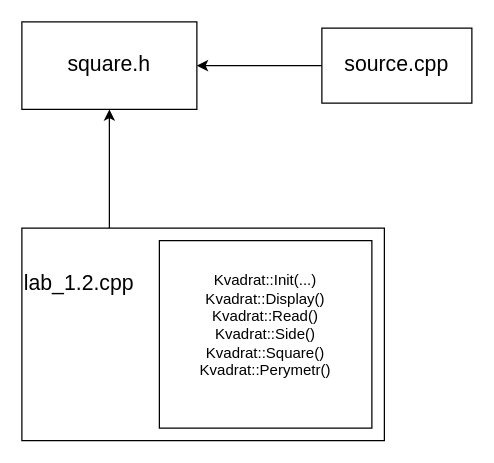
Slava-v-Ukraini/oop_lab1.2 keeps this draw.io diagram as lab1.2.drawio. Above is the earlier version. Source tidied: cells renumbered, new cells numbered last; positions are measured from the earlier drawing's top-left corner, leaving out a move shared by most shapes. Both pictures are drawn from the tidied source at 125%, with x=0, y=0 at pixel (21, 21).
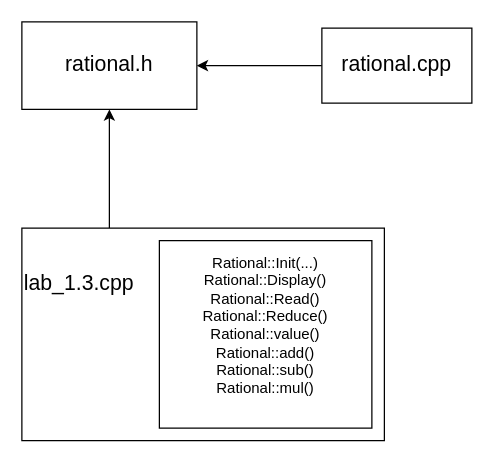
The same page after the edit.

Change to the diagram source:
```diff
@@
 <mxGraphModel>
   <root>
     <mxCell id="0" />
     <mxCell id="1" parent="0" />
-    <mxCell id="2" value="&lt;font style=&quot;font-size: 17px;&quot;&gt;square.h&lt;/font&gt;" style="rounded=0;whiteSpace=wrap;html=1;" parent="1" vertex="1">
+    <mxCell id="2" value="&lt;font style=&quot;font-size: 17px;&quot;&gt;rational.h&lt;/font&gt;" style="rounded=0;whiteSpace=wrap;html=1;" parent="1" vertex="1">
       <mxGeometry width="140" height="70" as="geometry" />
     </mxCell>
     <mxCell id="3" style="edgeStyle=orthogonalEdgeStyle;rounded=0;jettySize=auto;html=1;entryX=1;entryY=0.5;entryDx=0;entryDy=0;" parent="1" edge="1" source="4" target="2">
       <mxGeometry relative="1" as="geometry" />
     </mxCell>
-    <mxCell id="4" value="&lt;font style=&quot;font-size: 17px;&quot;&gt;source.cpp&lt;/font&gt;" style="rounded=0;whiteSpace=wrap;html=1;" parent="1" vertex="1">
+    <mxCell id="4" value="&lt;font style=&quot;font-size: 17px;&quot;&gt;rational.cpp&lt;/font&gt;" style="rounded=0;whiteSpace=wrap;html=1;" parent="1" vertex="1">
       <mxGeometry x="240" y="5" width="120" height="60" as="geometry" />
     </mxCell>
     <mxCell id="5" style="edgeStyle=orthogonalEdgeStyle;rounded=0;jettySize=auto;html=1;" parent="1" edge="1" source="6" target="2">
       <mxGeometry relative="1" as="geometry">
         <Array as="points">
           <mxPoint x="70" y="145" />
           <mxPoint x="70" y="145" />
         </Array>
       </mxGeometry>
     </mxCell>
-    <mxCell id="6" value="&lt;div style=&quot;padding-top: 0px; padding-bottom: 80px;&quot;&gt;&lt;span style=&quot;background-color: initial;&quot;&gt;lab_1.2.cpp&lt;/span&gt;&lt;/div&gt;" style="rounded=0;whiteSpace=wrap;html=1;fontSize=17;align=left;" parent="1" vertex="1">
+    <mxCell id="6" value="&lt;div style=&quot;padding-top: 0px; padding-bottom: 80px;&quot;&gt;&lt;span style=&quot;background-color: initial;&quot;&gt;lab_1.3.cpp&lt;/span&gt;&lt;/div&gt;" style="rounded=0;whiteSpace=wrap;html=1;fontSize=17;align=left;" parent="1" vertex="1">
       <mxGeometry y="165" width="290" height="170" as="geometry" />
     </mxCell>
-    <mxCell id="7" value="&lt;div&gt;Kvadrat::Init(...)&lt;/div&gt;Kvadrat::Display()&lt;div&gt;Kvadrat::Read()&lt;/div&gt;&lt;div&gt;Kvadrat::Side()&lt;/div&gt;&lt;div&gt;Kvadrat::Square()&lt;/div&gt;&lt;div&gt;Kvadrat::Perymetr()&lt;/div&gt;&lt;div&gt;&lt;br&gt;&lt;/div&gt;" style="rounded=0;whiteSpace=wrap;html=1;" parent="1" vertex="1">
+    <mxCell id="7" value="&lt;div&gt;Rational::Init(...)&lt;/div&gt;Rational::Display()&lt;br&gt;&lt;div&gt;&lt;span style=&quot;background-color: transparent; color: light-dark(rgb(0, 0, 0), rgb(255, 255, 255));&quot;&gt;Rational&lt;/span&gt;::Read()&lt;/div&gt;&lt;div&gt;&lt;span style=&quot;background-color: transparent; color: light-dark(rgb(0, 0, 0), rgb(255, 255, 255));&quot;&gt;Rational&lt;/span&gt;::Reduce()&lt;/div&gt;&lt;div&gt;&lt;span style=&quot;background-color: transparent; color: light-dark(rgb(0, 0, 0), rgb(255, 255, 255));&quot;&gt;Rational&lt;/span&gt;::value()&lt;/div&gt;&lt;div&gt;&lt;span style=&quot;background-color: transparent; color: light-dark(rgb(0, 0, 0), rgb(255, 255, 255));&quot;&gt;Rational&lt;/span&gt;::add()&lt;/div&gt;&lt;div&gt;&lt;span style=&quot;color: light-dark(rgb(0, 0, 0), rgb(255, 255, 255)); background-color: transparent;&quot;&gt;Rational&lt;/span&gt;::sub()&lt;/div&gt;&lt;div&gt;&lt;span style=&quot;color: light-dark(rgb(0, 0, 0), rgb(255, 255, 255)); background-color: transparent;&quot;&gt;Rational&lt;/span&gt;::mul()&lt;/div&gt;&lt;div&gt;&lt;br&gt;&lt;/div&gt;" style="rounded=0;whiteSpace=wrap;html=1;" parent="1" vertex="1">
       <mxGeometry x="110" y="175" width="170" height="150" as="geometry" />
     </mxCell>
   </root>
 </mxGraphModel>
```
